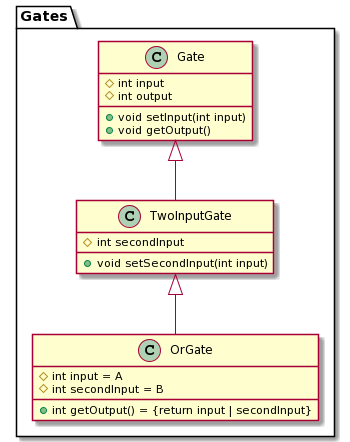
Above: docs/diagrams/OrGateClassDiagram.png in sevenseasofbri/tp (PlantUML), before the change. Source of this version:
```plantuml
@startuml
package Gates {
    class State1 as "OrGate"
    class State2 as "TwoInputGate"
    class State3 as "Gate"
}

class State1 {
    #int input = A
    #int secondInput = B
    +int getOutput() = {return input | secondInput}
}

class State2 {
    #int secondInput
    +void setSecondInput(int input)
}

class State3 {
    #int input
    #int output
    +void setInput(int input)
    +void getOutput()
}


State3 <|-- State2
State2 <|-- State1
@enduml
```
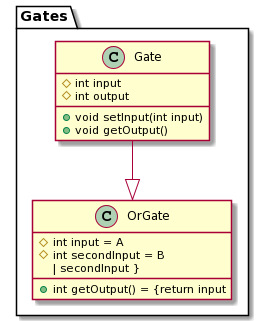
After the change.

Commit message:
Changes to object, class, and sequence diagrams

What changed in the source:
```diff
@@ -1,29 +1,24 @@
 @startuml
 package Gates {
-    class State1 as "OrGate"
-    class State2 as "TwoInputGate"
-    class State3 as "Gate"
+    class "Gate" as State1
+    class "OrGate" as State3
 }
 
 class State1 {
-    #int input = A
-    #int secondInput = B
-    +int getOutput() = {return input | secondInput}
-}
-
-class State2 {
-    #int secondInput
-    +void setSecondInput(int input)
-}
-
-class State3 {
-    #int input
-    #int output
-    +void setInput(int input)
-    +void getOutput()
+    # int input
+    # int output
+    + void setInput(int input)
+    + void getOutput()
 }
 
 
-State3 <|-- State2
-State2 <|-- State1
+class State3 {
+    # int input = A
+    # int secondInput = B
+    + int getOutput() = {return input
+| secondInput }
+
+}
+
+State1 --|> State3
 @enduml
```
